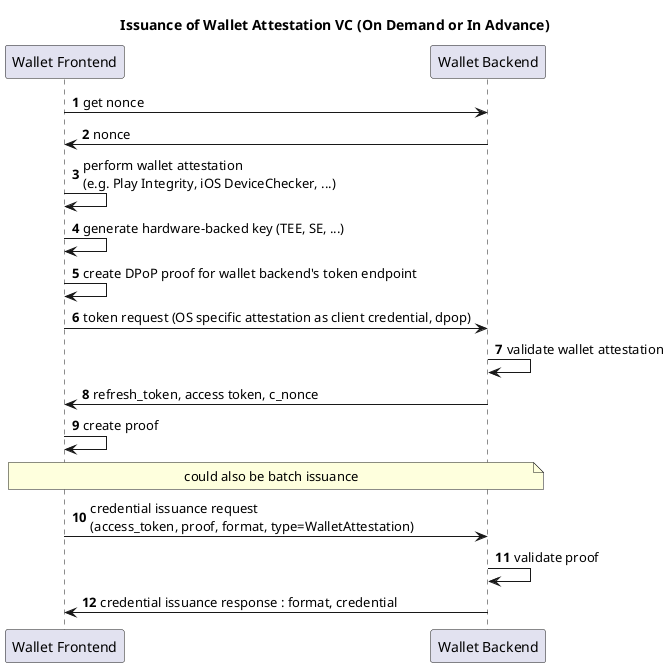
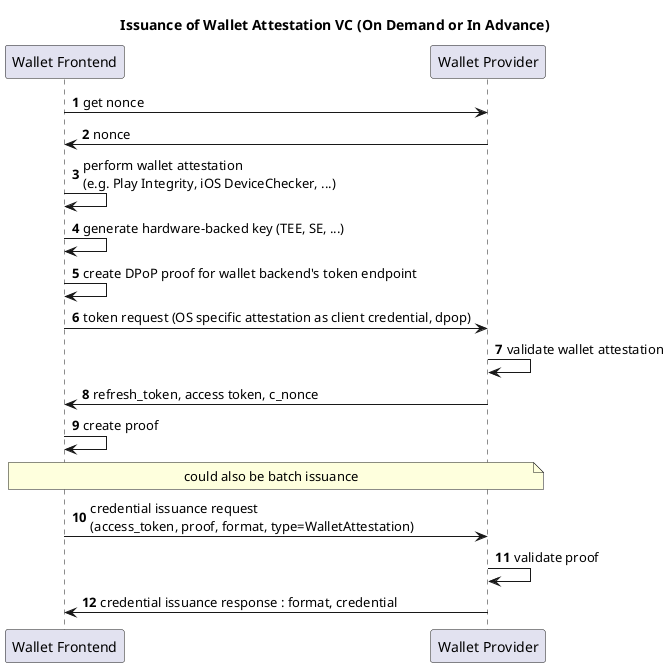
@startuml

title "Issuance of Wallet Attestation VC (On Demand or In Advance)"

autonumber
participant "Wallet Frontend" as wa
- participant "Wallet Backend" as ce
+ participant "Wallet Provider" as ce

wa -> ce : get nonce
ce -> wa : nonce
wa -> wa : perform wallet attestation\n(e.g. Play Integrity, iOS DeviceChecker, ...)
wa -> wa : generate hardware-backed key (TEE, SE, ...)
wa -> wa : create DPoP proof for wallet backend's token endpoint
wa -> ce : token request (OS specific attestation as client credential, dpop)
ce -> ce : validate wallet attestation
ce -> wa : refresh_token, access token, c_nonce
wa -> wa : create proof
note over ce, wa: could also be batch issuance
wa -> ce : credential issuance request\n(access_token, proof, format, type=WalletAttestation)
ce -> ce : validate proof
ce -> wa : credential issuance response : format, credential

@enduml